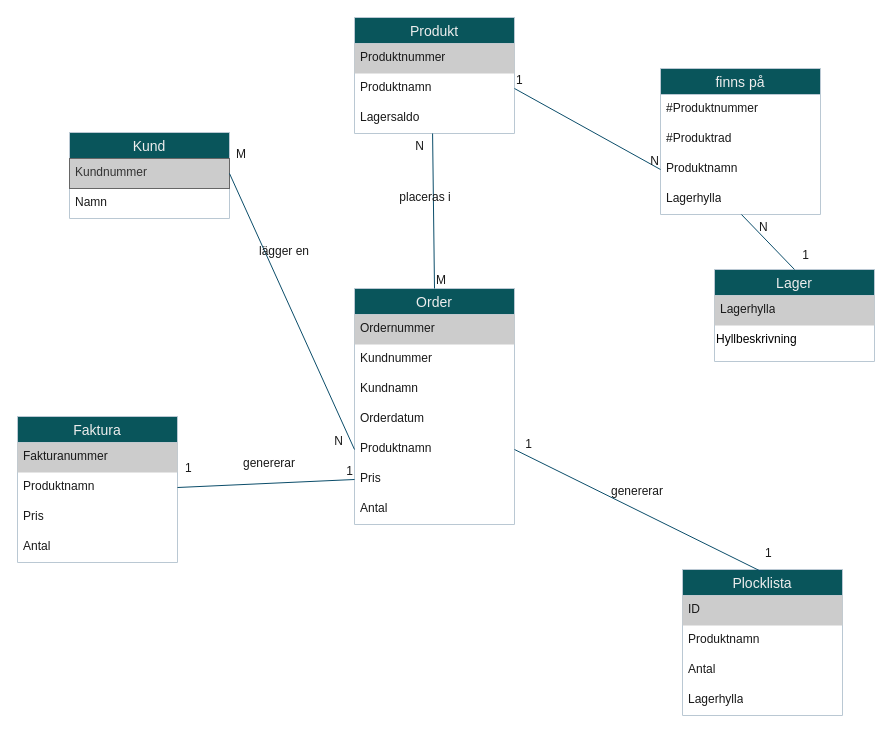
narwhal87/databas keeps this draw.io diagram as page "Logisk modellering steg 2" (3 of 3) of Namnlöst diagram.drawio. Above is the earlier version. Source tidied: cells renumbered, new cells numbered last; positions are measured from the earlier drawing's top-left corner, leaving out a move shared by most shapes. Both pictures are drawn from the tidied source at 100%, with x=0, y=0 at pixel (17, 17).
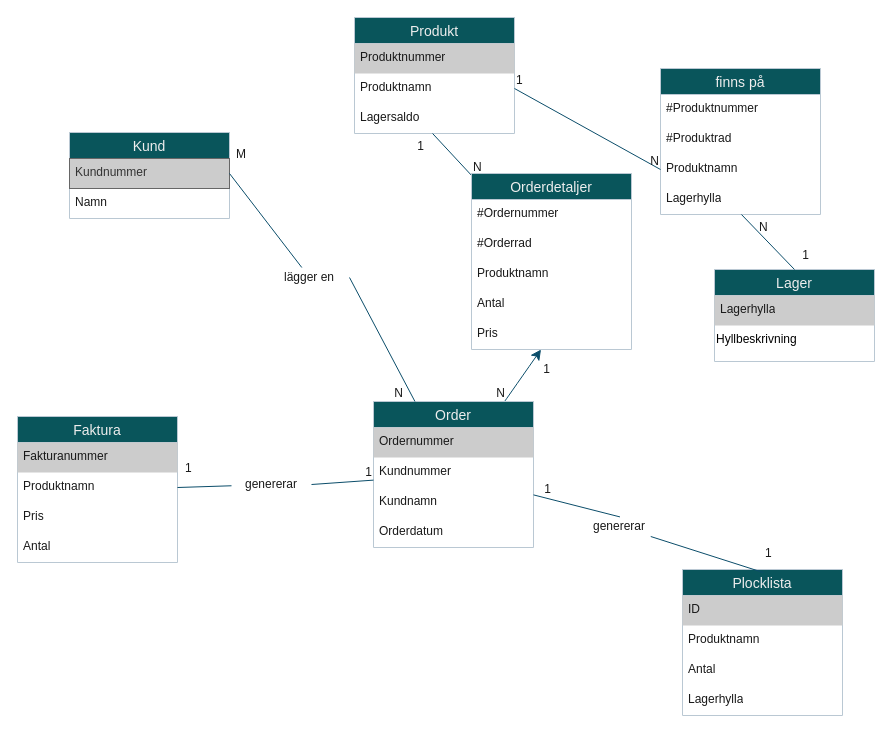
The same page after the edit.

Commit message:
Bryter upp sambandet produkt/order till "orderdetaljer"

Unchanged cells that the change refers to:
```xml
<mxCell id="3" value="Kundnummer" style="text;strokeColor=#666666;fillColor=#CCCCCC;spacingLeft=4;spacingRight=4;overflow=hidden;points=[[0,0.5],[1,0.5]];portConstraint=eastwest;fontSize=12;whiteSpace=wrap;html=1;labelBackgroundColor=none;fontColor=#333333;" parent="2" vertex="1">
  <mxGeometry y="26" width="160" height="30" as="geometry" />
</mxCell>
<mxCell id="18" value="Produktnamn" style="text;strokeColor=none;fillColor=none;spacingLeft=4;spacingRight=4;overflow=hidden;points=[[0,0.5],[1,0.5]];portConstraint=eastwest;fontSize=12;whiteSpace=wrap;html=1;labelBackgroundColor=none;fontColor=#191919;" parent="16" vertex="1">
  <mxGeometry y="56" width="160" height="30" as="geometry" />
</mxCell>
<mxCell id="24" value="Lagersaldo" style="text;strokeColor=none;fillColor=none;spacingLeft=4;spacingRight=4;overflow=hidden;points=[[0,0.5],[1,0.5]];portConstraint=eastwest;fontSize=12;whiteSpace=wrap;html=1;labelBackgroundColor=none;fontColor=#191919;" parent="21" vertex="1">
  <mxGeometry y="86" width="160" height="30" as="geometry" />
</mxCell>
<mxCell id="30" value="Plocklista" style="swimlane;fontStyle=0;horizontal=1;startSize=26;align=center;fontSize=14;labelBackgroundColor=none;fillColor=#09555B;strokeColor=#BAC8D3;fontColor=#EEEEEE;" parent="1" vertex="1">
  <mxGeometry x="665" y="552" width="160" height="146" as="geometry" />
</mxCell>
```

Change to the diagram source:
```diff
@@
+    <mxCell id="57" style="edgeStyle=none;curved=1;rounded=0;jettySize=auto;html=1;strokeColor=#0B4D6A;fontSize=12;startSize=8;endSize=8;enumerate=0;" parent="1" edge="1" source="5" target="11">
+      <mxGeometry relative="1" as="geometry" />
+    </mxCell>
     <mxCell id="5" value="Order" style="swimlane;fontStyle=0;horizontal=1;startSize=26;align=center;fontSize=14;labelBackgroundColor=none;fillColor=#09555B;strokeColor=#BAC8D3;fontColor=#EEEEEE;" parent="1" vertex="1">
-      <mxGeometry x="337" y="271" width="160" height="236" as="geometry" />
+      <mxGeometry x="356" y="384" width="160" height="146" as="geometry" />
     </mxCell>
@@
-    <mxCell id="10" value="Produktnamn" style="text;strokeColor=none;fillColor=none;spacingLeft=4;spacingRight=4;overflow=hidden;points=[[0,0.5],[1,0.5]];portConstraint=eastwest;fontSize=12;whiteSpace=wrap;html=1;labelBackgroundColor=none;fontColor=#191919;" parent="5" vertex="1">
-      <mxGeometry y="146" width="160" height="30" as="geometry" />
-    </mxCell>
-    <mxCell id="11" value="Pris" style="text;strokeColor=none;fillColor=none;spacingLeft=4;spacingRight=4;overflow=hidden;points=[[0,0.5],[1,0.5]];portConstraint=eastwest;fontSize=12;whiteSpace=wrap;html=1;labelBackgroundColor=none;fontColor=#191919;" parent="5" vertex="1">
-      <mxGeometry y="176" width="160" height="30" as="geometry" />
-    </mxCell>
-    <mxCell id="12" value="Antal" style="text;strokeColor=none;fillColor=none;spacingLeft=4;spacingRight=4;overflow=hidden;fontSize=12;whiteSpace=wrap;html=1;labelBackgroundColor=none;fontColor=#191919;" parent="5" vertex="1">
-      <mxGeometry y="206" width="160" height="30" as="geometry" />
-    </mxCell>
@@
-    <mxCell id="41" style="endArrow=none;html=1;rounded=0;fontSize=12;startSize=8;endSize=8;exitX=1;exitY=0.5;exitDx=0;exitDy=0;entryX=0;entryY=0.5;entryDx=0;entryDy=0;labelBackgroundColor=none;strokeColor=#0B4D6A;fontColor=default;" parent="1" edge="1" source="3" target="10">
+    <mxCell id="41" style="endArrow=none;html=1;rounded=0;fontSize=12;startSize=8;endSize=8;exitX=1;exitY=0.5;exitDx=0;exitDy=0;labelBackgroundColor=none;strokeColor=#0B4D6A;fontColor=default;" parent="1" edge="1" source="44" target="5">
       <mxGeometry relative="1" as="geometry" />
     </mxCell>
-    <mxCell id="42" value="M" style="html=1;whiteSpace=wrap;align=left;verticalAlign=bottom;labelBackgroundColor=none;fillColor=#09555B;strokeColor=#BAC8D3;fontColor=#191919;" parent="41" vertex="1">
-      <mxGeometry x="-1" relative="1" as="geometry">
-        <mxPoint x="5" y="-11" as="offset" />
-      </mxGeometry>
-    </mxCell>
@@
-    <mxCell id="44" value="lägger en" style="text;html=1;strokeColor=none;fillColor=none;align=center;verticalAlign=middle;whiteSpace=wrap;overflow=hidden;labelBackgroundColor=none;fontColor=#191919;" parent="1" vertex="1">
-      <mxGeometry x="227" y="224" width="80" height="20" as="geometry" />
-    </mxCell>
-    <mxCell id="45" style="endArrow=none;html=1;rounded=0;fontSize=12;startSize=8;endSize=8;exitX=0.5;exitY=0;exitDx=0;exitDy=0;entryX=0.488;entryY=1;entryDx=0;entryDy=0;entryPerimeter=0;labelBackgroundColor=none;strokeColor=#0B4D6A;fontColor=default;" parent="1" edge="1" source="5" target="24">
+    <mxCell id="45" style="endArrow=none;html=1;rounded=0;fontSize=12;startSize=8;endSize=8;entryX=0.488;entryY=1;entryDx=0;entryDy=0;entryPerimeter=0;labelBackgroundColor=none;strokeColor=#0B4D6A;fontColor=default;" parent="1" edge="1" source="58" target="24">
       <mxGeometry relative="1" as="geometry" />
     </mxCell>
-    <mxCell id="46" value="M" style="html=1;whiteSpace=wrap;align=left;verticalAlign=bottom;labelBackgroundColor=none;fillColor=#09555B;strokeColor=#BAC8D3;fontColor=#191919;" parent="45" vertex="1">
+    <mxCell id="46" value="N" style="html=1;whiteSpace=wrap;align=left;verticalAlign=bottom;labelBackgroundColor=none;fillColor=#09555B;strokeColor=#BAC8D3;fontColor=#191919;" parent="45" vertex="1">
       <mxGeometry x="-1" relative="1" as="geometry" />
     </mxCell>
-    <mxCell id="47" value="N" style="html=1;whiteSpace=wrap;align=right;verticalAlign=bottom;labelBackgroundColor=none;fillColor=#09555B;strokeColor=#BAC8D3;fontColor=#191919;" parent="45" vertex="1">
+    <mxCell id="47" value="1" style="html=1;whiteSpace=wrap;align=right;verticalAlign=bottom;labelBackgroundColor=none;fillColor=#09555B;strokeColor=#BAC8D3;fontColor=#191919;" parent="45" vertex="1">
       <mxGeometry x="1" relative="1" as="geometry">
         <mxPoint x="-7" y="21" as="offset" />
       </mxGeometry>
     </mxCell>
-    <mxCell id="48" value="placeras i" style="text;html=1;strokeColor=none;fillColor=none;align=center;verticalAlign=middle;whiteSpace=wrap;overflow=hidden;labelBackgroundColor=none;fontColor=#191919;" parent="1" vertex="1">
-      <mxGeometry x="368" y="170" width="80" height="20" as="geometry" />
-    </mxCell>
-    <mxCell id="49" style="endArrow=none;html=1;rounded=0;fontSize=12;startSize=8;endSize=8;entryX=0;entryY=0.5;entryDx=0;entryDy=0;exitX=1;exitY=0.5;exitDx=0;exitDy=0;labelBackgroundColor=none;strokeColor=#0B4D6A;fontColor=default;" parent="1" edge="1" source="18" target="11">
+    <mxCell id="49" style="endArrow=none;html=1;rounded=0;fontSize=12;startSize=8;endSize=8;exitX=1;exitY=0.5;exitDx=0;exitDy=0;labelBackgroundColor=none;strokeColor=#0B4D6A;fontColor=default;" parent="1" edge="1" source="52" target="5">
       <mxGeometry relative="1" as="geometry" />
     </mxCell>
-    <mxCell id="50" value="1" style="html=1;whiteSpace=wrap;align=left;verticalAlign=bottom;labelBackgroundColor=none;fillColor=#09555B;strokeColor=#BAC8D3;fontColor=#191919;" parent="49" vertex="1">
-      <mxGeometry x="-1" relative="1" as="geometry">
-        <mxPoint x="6" y="-11" as="offset" />
-      </mxGeometry>
-    </mxCell>
@@
+    <mxCell id="54" style="endArrow=none;html=1;rounded=0;fontSize=12;startSize=8;endSize=8;exitX=0.506;exitY=0.021;exitDx=0;exitDy=0;exitPerimeter=0;labelBackgroundColor=none;strokeColor=#0B4D6A;fontColor=default;" parent="1" edge="1" source="53" target="5">
+      <mxGeometry relative="1" as="geometry" />
+    </mxCell>
+    <mxCell id="56" value="1" style="html=1;whiteSpace=wrap;align=right;verticalAlign=bottom;labelBackgroundColor=none;fillColor=#09555B;strokeColor=#BAC8D3;fontColor=#191919;" parent="54" vertex="1">
+      <mxGeometry x="1" relative="1" as="geometry">
+        <mxPoint x="19" y="3" as="offset" />
+      </mxGeometry>
+    </mxCell>
+    <mxCell id="58" value="Orderdetaljer" style="swimlane;fontStyle=0;horizontal=1;startSize=26;align=center;fontSize=14;labelBackgroundColor=none;fillColor=#09555B;strokeColor=#BAC8D3;fontColor=#EEEEEE;" parent="1" vertex="1">
+      <mxGeometry x="454" y="156" width="160" height="176" as="geometry" />
+    </mxCell>
+    <mxCell id="59" value="#Ordernummer" style="text;strokeColor=none;fillColor=none;spacingLeft=4;spacingRight=4;overflow=hidden;fontSize=12;whiteSpace=wrap;html=1;labelBackgroundColor=none;fontColor=#191919;" parent="58" vertex="1">
+      <mxGeometry y="26" width="160" height="30" as="geometry" />
+    </mxCell>
+    <mxCell id="60" value="#Orderrad" style="text;strokeColor=none;fillColor=none;spacingLeft=4;spacingRight=4;overflow=hidden;fontSize=12;whiteSpace=wrap;html=1;labelBackgroundColor=none;fontColor=#191919;" parent="58" vertex="1">
+      <mxGeometry y="56" width="160" height="30" as="geometry" />
+    </mxCell>
+    <mxCell id="10" value="Produktnamn" style="text;strokeColor=none;fillColor=none;spacingLeft=4;spacingRight=4;overflow=hidden;points=[[0,0.5],[1,0.5]];portConstraint=eastwest;fontSize=12;whiteSpace=wrap;html=1;labelBackgroundColor=none;fontColor=#191919;" parent="58" vertex="1">
+      <mxGeometry y="86" width="160" height="30" as="geometry" />
+    </mxCell>
+    <mxCell id="12" value="Antal" style="text;strokeColor=none;fillColor=none;spacingLeft=4;spacingRight=4;overflow=hidden;fontSize=12;whiteSpace=wrap;html=1;labelBackgroundColor=none;fontColor=#191919;" parent="58" vertex="1">
+      <mxGeometry y="116" width="160" height="30" as="geometry" />
+    </mxCell>
+    <mxCell id="11" value="Pris" style="text;strokeColor=none;fillColor=none;spacingLeft=4;spacingRight=4;overflow=hidden;points=[[0,0.5],[1,0.5]];portConstraint=eastwest;fontSize=12;whiteSpace=wrap;html=1;labelBackgroundColor=none;fontColor=#191919;" parent="58" vertex="1">
+      <mxGeometry y="146" width="160" height="30" as="geometry" />
+    </mxCell>
+    <mxCell id="61" style="endArrow=none;html=1;rounded=0;fontSize=12;startSize=8;endSize=8;exitX=0.506;exitY=0.021;exitDx=0;exitDy=0;exitPerimeter=0;labelBackgroundColor=none;strokeColor=#0B4D6A;fontColor=default;" parent="1" edge="1" source="30" target="53">
+      <mxGeometry relative="1" as="geometry" />
+    </mxCell>
+    <mxCell id="62" value="1" style="html=1;whiteSpace=wrap;align=left;verticalAlign=bottom;labelBackgroundColor=none;fillColor=#09555B;strokeColor=#BAC8D3;fontColor=#191919;" parent="61" vertex="1">
+      <mxGeometry x="-1" relative="1" as="geometry">
+        <mxPoint y="-11" as="offset" />
+      </mxGeometry>
+    </mxCell>
+    <mxCell id="53" value="genererar" style="text;html=1;strokeColor=none;fillColor=none;align=center;verticalAlign=middle;whiteSpace=wrap;overflow=hidden;labelBackgroundColor=none;fontColor=#191919;" parent="1" vertex="1">
+      <mxGeometry x="562" y="499" width="80" height="20" as="geometry" />
+    </mxCell>
+    <mxCell id="63" style="endArrow=none;html=1;rounded=0;fontSize=12;startSize=8;endSize=8;exitX=1;exitY=0.5;exitDx=0;exitDy=0;labelBackgroundColor=none;strokeColor=#0B4D6A;fontColor=default;" parent="1" edge="1" source="18" target="52">
+      <mxGeometry relative="1" as="geometry" />
+    </mxCell>
+    <mxCell id="64" value="1" style="html=1;whiteSpace=wrap;align=left;verticalAlign=bottom;labelBackgroundColor=none;fillColor=#09555B;strokeColor=#BAC8D3;fontColor=#191919;" parent="63" vertex="1">
+      <mxGeometry x="-1" relative="1" as="geometry">
+        <mxPoint x="6" y="-11" as="offset" />
+      </mxGeometry>
+    </mxCell>
     <mxCell id="52" value="genererar" style="text;html=1;strokeColor=none;fillColor=none;align=center;verticalAlign=middle;whiteSpace=wrap;overflow=hidden;labelBackgroundColor=none;fontColor=#191919;" parent="1" vertex="1">
-      <mxGeometry x="212" y="436" width="80" height="20" as="geometry" />
+      <mxGeometry x="214" y="457" width="80" height="20" as="geometry" />
     </mxCell>
-    <mxCell id="53" value="genererar" style="text;html=1;strokeColor=none;fillColor=none;align=center;verticalAlign=middle;whiteSpace=wrap;overflow=hidden;labelBackgroundColor=none;fontColor=#191919;" parent="1" vertex="1">
-      <mxGeometry x="580" y="464" width="80" height="20" as="geometry" />
-    </mxCell>
-    <mxCell id="54" style="endArrow=none;html=1;rounded=0;fontSize=12;startSize=8;endSize=8;exitX=0.506;exitY=0.021;exitDx=0;exitDy=0;exitPerimeter=0;entryX=1;entryY=0.5;entryDx=0;entryDy=0;labelBackgroundColor=none;strokeColor=#0B4D6A;fontColor=default;" parent="1" edge="1" source="30" target="10">
-      <mxGeometry relative="1" as="geometry" />
-    </mxCell>
-    <mxCell id="55" value="1" style="html=1;whiteSpace=wrap;align=left;verticalAlign=bottom;labelBackgroundColor=none;fillColor=#09555B;strokeColor=#BAC8D3;fontColor=#191919;" parent="54" vertex="1">
-      <mxGeometry x="-1" relative="1" as="geometry">
-        <mxPoint y="-11" as="offset" />
-      </mxGeometry>
-    </mxCell>
-    <mxCell id="56" value="1" style="html=1;whiteSpace=wrap;align=right;verticalAlign=bottom;labelBackgroundColor=none;fillColor=#09555B;strokeColor=#BAC8D3;fontColor=#191919;" parent="54" vertex="1">
-      <mxGeometry x="1" relative="1" as="geometry">
-        <mxPoint x="19" y="3" as="offset" />
-      </mxGeometry>
-    </mxCell>
+    <mxCell id="65" style="endArrow=none;html=1;rounded=0;fontSize=12;startSize=8;endSize=8;exitX=1;exitY=0.5;exitDx=0;exitDy=0;labelBackgroundColor=none;strokeColor=#0B4D6A;fontColor=default;" parent="1" edge="1" source="3" target="44">
+      <mxGeometry relative="1" as="geometry" />
+    </mxCell>
+    <mxCell id="42" value="M" style="html=1;whiteSpace=wrap;align=left;verticalAlign=bottom;labelBackgroundColor=none;fillColor=#09555B;strokeColor=#BAC8D3;fontColor=#191919;" parent="65" vertex="1">
+      <mxGeometry x="-1" relative="1" as="geometry">
+        <mxPoint x="5" y="-11" as="offset" />
+      </mxGeometry>
+    </mxCell>
+    <mxCell id="44" value="lägger en" style="text;html=1;strokeColor=none;fillColor=none;align=center;verticalAlign=middle;whiteSpace=wrap;overflow=hidden;labelBackgroundColor=none;fontColor=#191919;" parent="1" vertex="1">
+      <mxGeometry x="252" y="250" width="80" height="20" as="geometry" />
+    </mxCell>
+    <mxCell id="66" value="1" style="html=1;whiteSpace=wrap;align=right;verticalAlign=bottom;labelBackgroundColor=none;fillColor=#09555B;strokeColor=#BAC8D3;fontColor=#191919;" parent="1" vertex="1">
+      <mxGeometry x="534" y="360" as="geometry" />
+    </mxCell>
+    <mxCell id="67" value="N" style="html=1;whiteSpace=wrap;align=right;verticalAlign=bottom;labelBackgroundColor=none;fillColor=#09555B;strokeColor=#BAC8D3;fontColor=#191919;" parent="1" vertex="1">
+      <mxGeometry x="489" y="384" as="geometry" />
+    </mxCell>
```
